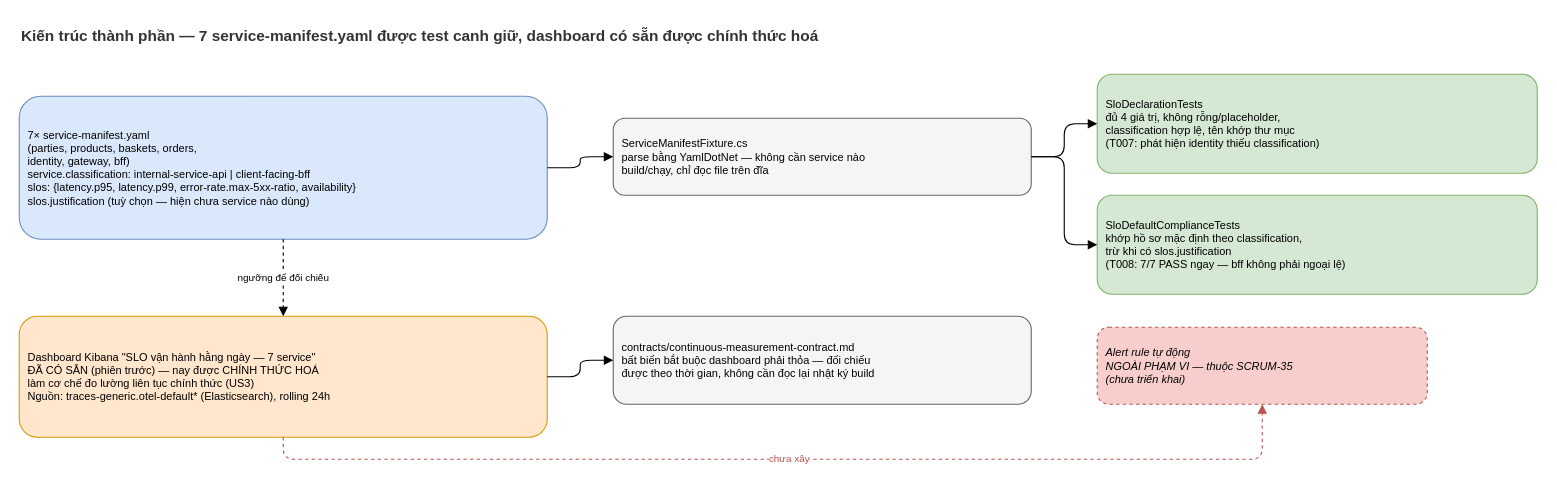
nmhieuit/ecommerce keeps this draw.io diagram as docs/diagrams/021-declare-service-slos-component.drawio. Above is the earlier version. Source tidied: cells renumbered, new cells numbered last; positions are measured from the earlier drawing's top-left corner, leaving out a move shared by most shapes. Both pictures are drawn from the tidied source at 110%, with x=0, y=0 at pixel (19, 19).
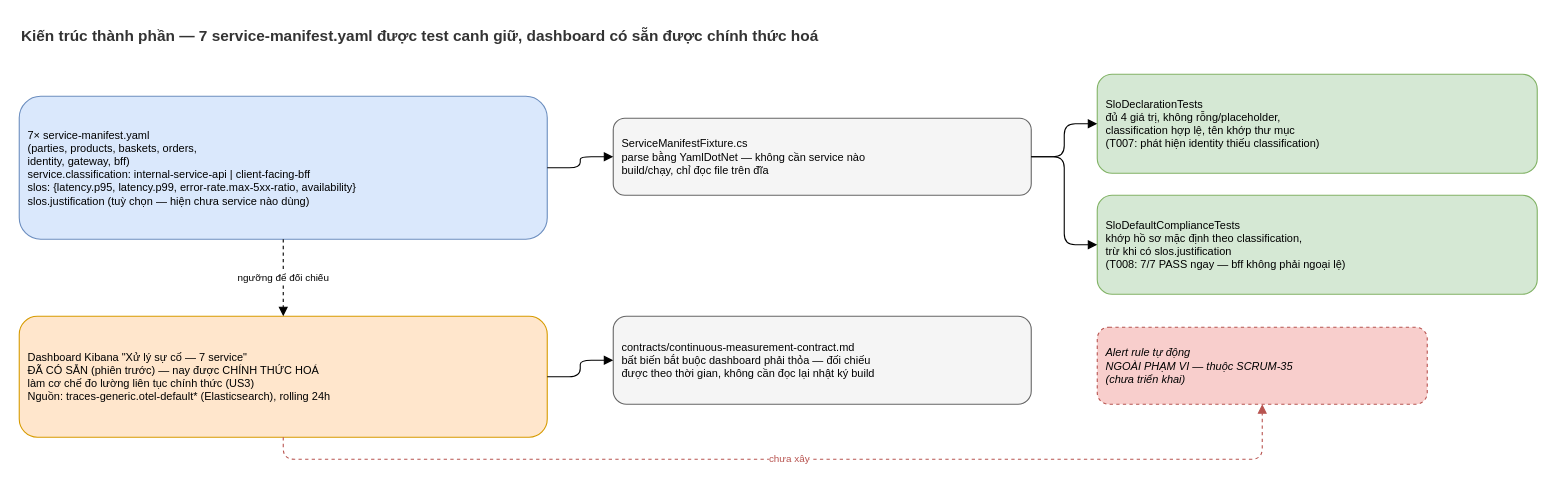
The same page after the edit.

Change to the diagram source:
```diff
@@
 <mxGraphModel>
   <root>
     <mxCell id="0" />
     <mxCell id="1" parent="0" />
     <mxCell id="2" value="Kiến trúc thành phần — 7 service-manifest.yaml được test canh giữ, dashboard có sẵn được chính thức hoá" style="text;html=1;fontStyle=1;fontSize=14;fontColor=#333333;" parent="1" vertex="1">
       <mxGeometry width="1350" height="26" as="geometry" />
     </mxCell>
     <mxCell id="3" value="7× service-manifest.yaml&#10;(parties, products, baskets, orders,&#10;identity, gateway, bff)&#10;service.classification: internal-service-api | client-facing-bff&#10;slos: {latency.p95, latency.p99, error-rate.max-5xx-ratio, availability}&#10;slos.justification (tuỳ chọn — hiện chưa service nào dùng)" style="rounded=1;whiteSpace=wrap;html=1;fillColor=#dae8fc;strokeColor=#6c8ebf;fontSize=10;align=left;spacingLeft=6;" parent="1" vertex="1">
       <mxGeometry y="70" width="480" height="130" as="geometry" />
     </mxCell>
     <mxCell id="4" value="ServiceManifestFixture.cs&#10;parse bằng YamlDotNet — không cần service nào&#10;build/chạy, chỉ đọc file trên đĩa" style="rounded=1;whiteSpace=wrap;html=1;fillColor=#f5f5f5;strokeColor=#666666;fontSize=10;align=left;spacingLeft=6;" parent="1" vertex="1">
       <mxGeometry x="540" y="90" width="380" height="70" as="geometry" />
     </mxCell>
     <mxCell id="5" value="SloDeclarationTests&#10;đủ 4 giá trị, không rỗng/placeholder,&#10;classification hợp lệ, tên khớp thư mục&#10;(T007: phát hiện identity thiếu classification)" style="rounded=1;whiteSpace=wrap;html=1;fillColor=#d5e8d4;strokeColor=#82b366;fontSize=10;align=left;spacingLeft=6;" parent="1" vertex="1">
       <mxGeometry x="980" y="50" width="400" height="90" as="geometry" />
     </mxCell>
     <mxCell id="6" value="SloDefaultComplianceTests&#10;khớp hồ sơ mặc định theo classification,&#10;trừ khi có slos.justification&#10;(T008: 7/7 PASS ngay — bff không phải ngoại lệ)" style="rounded=1;whiteSpace=wrap;html=1;fillColor=#d5e8d4;strokeColor=#82b366;fontSize=10;align=left;spacingLeft=6;" parent="1" vertex="1">
       <mxGeometry x="980" y="160" width="400" height="90" as="geometry" />
     </mxCell>
-    <mxCell id="7" value="Dashboard Kibana &quot;SLO vận hành hằng ngày — 7 service&quot;&#10;ĐÃ CÓ SẴN (phiên trước) — nay được CHÍNH THỨC HOÁ&#10;làm cơ chế đo lường liên tục chính thức (US3)&#10;Nguồn: traces-generic.otel-default* (Elasticsearch), rolling 24h" style="rounded=1;whiteSpace=wrap;html=1;fillColor=#ffe6cc;strokeColor=#d79b00;fontSize=10;align=left;spacingLeft=6;" parent="1" vertex="1">
+    <mxCell id="7" value="Dashboard Kibana &quot;Xử lý sự cố — 7 service&quot;&#10;ĐÃ CÓ SẴN (phiên trước) — nay được CHÍNH THỨC HOÁ&#10;làm cơ chế đo lường liên tục chính thức (US3)&#10;Nguồn: traces-generic.otel-default* (Elasticsearch), rolling 24h" style="rounded=1;whiteSpace=wrap;html=1;fillColor=#ffe6cc;strokeColor=#d79b00;fontSize=10;align=left;spacingLeft=6;" parent="1" vertex="1">
       <mxGeometry y="270" width="480" height="110" as="geometry" />
     </mxCell>
     <mxCell id="8" value="contracts/continuous-measurement-contract.md&#10;bất biến bắt buộc dashboard phải thỏa — đối chiếu&#10;được theo thời gian, không cần đọc lại nhật ký build" style="rounded=1;whiteSpace=wrap;html=1;fillColor=#f5f5f5;strokeColor=#666666;fontSize=10;align=left;spacingLeft=6;" parent="1" vertex="1">
       <mxGeometry x="540" y="270" width="380" height="80" as="geometry" />
     </mxCell>
     <mxCell id="9" value="Alert rule tự động&#10;NGOÀI PHẠM VI — thuộc SCRUM-35&#10;(chưa triển khai)" style="rounded=1;whiteSpace=wrap;html=1;fillColor=#f8cecc;strokeColor=#b85450;fontSize=10;align=left;spacingLeft=6;dashed=1;fontStyle=2;" parent="1" vertex="1">
       <mxGeometry x="980" y="280" width="300" height="70" as="geometry" />
     </mxCell>
     <mxCell id="10" style="edgeStyle=orthogonalEdgeStyle;html=1;endArrow=block;fontSize=9;" parent="1" edge="1" source="3" target="4">
       <mxGeometry relative="1" as="geometry" />
     </mxCell>
     <mxCell id="11" style="edgeStyle=orthogonalEdgeStyle;html=1;endArrow=block;fontSize=9;" parent="1" edge="1" source="4" target="5">
       <mxGeometry relative="1" as="geometry" />
     </mxCell>
     <mxCell id="12" style="edgeStyle=orthogonalEdgeStyle;html=1;endArrow=block;fontSize=9;" parent="1" edge="1" source="4" target="6">
       <mxGeometry relative="1" as="geometry" />
     </mxCell>
     <mxCell id="13" value="ngưỡng để đối chiếu" style="edgeStyle=orthogonalEdgeStyle;html=1;endArrow=block;dashed=1;fontSize=9;" parent="1" edge="1" source="3" target="7">
       <mxGeometry relative="1" as="geometry" />
     </mxCell>
     <mxCell id="14" style="edgeStyle=orthogonalEdgeStyle;html=1;endArrow=block;fontSize=9;" parent="1" edge="1" source="7" target="8">
       <mxGeometry relative="1" as="geometry" />
     </mxCell>
     <mxCell id="15" value="chưa xây" style="edgeStyle=orthogonalEdgeStyle;html=1;endArrow=block;dashed=1;fontSize=9;strokeColor=#b85450;fontColor=#b85450;" parent="1" edge="1" source="7" target="9">
       <mxGeometry relative="1" as="geometry">
         <Array as="points">
           <mxPoint x="240" y="400" />
           <mxPoint x="1130" y="400" />
         </Array>
       </mxGeometry>
     </mxCell>
   </root>
 </mxGraphModel>
```
